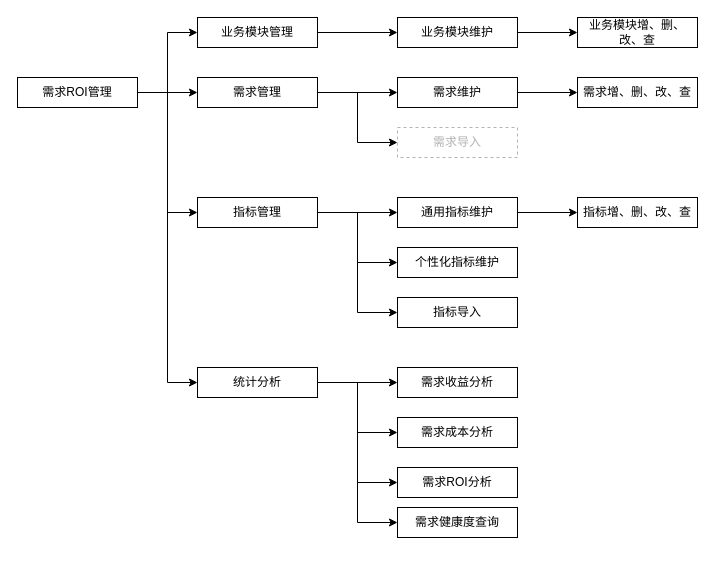
This is page "功能结构图" (3 of 3) of 需求ROI评估.drawio from lihongliang1989/diagram, a draw.io file, before an edit. Source tidied: cells renumbered, new cells numbered last; positions are measured from the earlier drawing's top-left corner, leaving out a move shared by most shapes. Both pictures are drawn from the tidied source at 100%, with x=0, y=0 at pixel (17, 17).
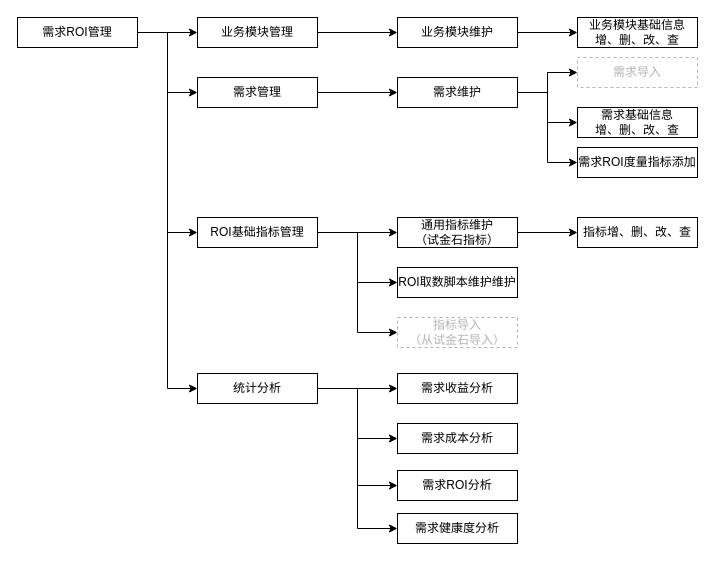
The same diagram, later.

The change refers to these unchanged cells:
```xml
<mxCell id="9" value="需求管理" style="rounded=0;whiteSpace=wrap;html=1;gradientColor=none;" parent="1" vertex="1">
  <mxGeometry x="180" y="60" width="120" height="30" as="geometry" />
</mxCell>
<mxCell id="15" value="需求维护" style="rounded=0;whiteSpace=wrap;html=1;gradientColor=none;" parent="1" vertex="1">
  <mxGeometry x="380" y="60" width="120" height="30" as="geometry" />
</mxCell>
```

Change to the diagram source:
```diff
@@
     <mxCell id="6" value="需求ROI管理" style="rounded=0;whiteSpace=wrap;html=1;gradientColor=none;" parent="1" vertex="1">
-      <mxGeometry y="60" width="120" height="30" as="geometry" />
+      <mxGeometry width="120" height="30" as="geometry" />
     </mxCell>
@@
-    <mxCell id="8" style="edgeStyle=orthogonalEdgeStyle;rounded=0;jettySize=auto;html=1;entryX=0;entryY=0.5;entryDx=0;entryDy=0;" parent="1" edge="1" source="9" target="16">
+    <mxCell id="8" style="edgeStyle=orthogonalEdgeStyle;rounded=0;jettySize=auto;html=1;entryX=0;entryY=0.5;entryDx=0;entryDy=0;exitX=1;exitY=0.5;exitDx=0;exitDy=0;" parent="1" edge="1" source="15" target="16">
       <mxGeometry relative="1" as="geometry" />
     </mxCell>
@@
-    <mxCell id="13" value="指标管理" style="rounded=0;whiteSpace=wrap;html=1;gradientColor=none;" parent="1" vertex="1">
-      <mxGeometry x="180" y="180" width="120" height="30" as="geometry" />
+    <mxCell id="13" value="ROI基础指标管理" style="rounded=0;whiteSpace=wrap;html=1;gradientColor=none;" parent="1" vertex="1">
+      <mxGeometry x="180" y="200" width="120" height="30" as="geometry" />
     </mxCell>
@@
+    <mxCell id="37" style="edgeStyle=orthogonalEdgeStyle;rounded=0;jettySize=auto;html=1;entryX=0;entryY=0.5;entryDx=0;entryDy=0;fontColor=#000000;" parent="1" edge="1" source="15" target="38">
+      <mxGeometry relative="1" as="geometry" />
+    </mxCell>
@@
     <mxCell id="16" value="需求导入" style="rounded=0;whiteSpace=wrap;html=1;gradientColor=none;dashed=1;fontColor=#B3B3B3;strokeColor=#B3B3B3;" parent="1" vertex="1">
-      <mxGeometry x="380" y="110" width="120" height="30" as="geometry" />
+      <mxGeometry x="560" y="40" width="120" height="30" as="geometry" />
     </mxCell>
     <mxCell id="17" value="指标增、删、改、查" style="rounded=0;whiteSpace=wrap;html=1;gradientColor=none;" parent="1" vertex="1">
-      <mxGeometry x="560" y="180" width="120" height="30" as="geometry" />
+      <mxGeometry x="560" y="200" width="120" height="30" as="geometry" />
     </mxCell>
-    <mxCell id="18" value="指标导入" style="rounded=0;whiteSpace=wrap;html=1;gradientColor=none;" parent="1" vertex="1">
-      <mxGeometry x="380" y="280" width="120" height="30" as="geometry" />
+    <mxCell id="18" value="指标导入&lt;br&gt;（从试金石导入）" style="rounded=0;whiteSpace=wrap;html=1;gradientColor=none;dashed=1;strokeColor=#B3B3B3;fontColor=#B3B3B3;" parent="1" vertex="1">
+      <mxGeometry x="380" y="300" width="120" height="30" as="geometry" />
     </mxCell>
@@
     <mxCell id="23" value="统计分析" style="rounded=0;whiteSpace=wrap;html=1;gradientColor=none;" parent="1" vertex="1">
-      <mxGeometry x="180" y="350" width="120" height="30" as="geometry" />
+      <mxGeometry x="180" y="356" width="120" height="30" as="geometry" />
     </mxCell>
@@
-    <mxCell id="25" value="通用指标维护" style="rounded=0;whiteSpace=wrap;html=1;gradientColor=none;" parent="1" vertex="1">
-      <mxGeometry x="380" y="180" width="120" height="30" as="geometry" />
+    <mxCell id="25" value="通用指标维护&lt;br&gt;（试金石指标）" style="rounded=0;whiteSpace=wrap;html=1;gradientColor=none;" parent="1" vertex="1">
+      <mxGeometry x="380" y="200" width="120" height="30" as="geometry" />
     </mxCell>
-    <mxCell id="26" value="个性化指标维护" style="rounded=0;whiteSpace=wrap;html=1;gradientColor=none;" parent="1" vertex="1">
-      <mxGeometry x="380" y="230" width="120" height="30" as="geometry" />
+    <mxCell id="26" value="ROI取数脚本维护维护" style="rounded=0;whiteSpace=wrap;html=1;gradientColor=none;" parent="1" vertex="1">
+      <mxGeometry x="380" y="250" width="120" height="30" as="geometry" />
     </mxCell>
     <mxCell id="27" value="需求收益分析" style="rounded=0;whiteSpace=wrap;html=1;gradientColor=none;" parent="1" vertex="1">
-      <mxGeometry x="380" y="350" width="120" height="30" as="geometry" />
+      <mxGeometry x="380" y="356" width="120" height="30" as="geometry" />
     </mxCell>
-    <mxCell id="28" value="需求健康度查询" style="rounded=0;whiteSpace=wrap;html=1;gradientColor=none;" parent="1" vertex="1">
-      <mxGeometry x="380" y="490" width="120" height="30" as="geometry" />
+    <mxCell id="28" value="需求健康度分析" style="rounded=0;whiteSpace=wrap;html=1;gradientColor=none;" parent="1" vertex="1">
+      <mxGeometry x="380" y="496" width="120" height="30" as="geometry" />
     </mxCell>
-    <mxCell id="29" value="需求增、删、改、查" style="rounded=0;whiteSpace=wrap;html=1;gradientColor=none;" parent="1" vertex="1">
-      <mxGeometry x="560" y="60" width="120" height="30" as="geometry" />
+    <mxCell id="29" value="需求基础信息&lt;br&gt;增、删、改、查" style="rounded=0;whiteSpace=wrap;html=1;gradientColor=none;" parent="1" vertex="1">
+      <mxGeometry x="560" y="90" width="120" height="30" as="geometry" />
     </mxCell>
     <mxCell id="30" value="需求成本分析" style="rounded=0;whiteSpace=wrap;html=1;gradientColor=none;" parent="1" vertex="1">
-      <mxGeometry x="380" y="400" width="120" height="30" as="geometry" />
+      <mxGeometry x="380" y="406" width="120" height="30" as="geometry" />
     </mxCell>
     <mxCell id="31" value="需求ROI分析" style="rounded=0;whiteSpace=wrap;html=1;gradientColor=none;" parent="1" vertex="1">
-      <mxGeometry x="380" y="450" width="120" height="30" as="geometry" />
+      <mxGeometry x="380" y="453" width="120" height="30" as="geometry" />
     </mxCell>
@@
-    <mxCell id="36" value="业务模块增、删、改、查" style="rounded=0;whiteSpace=wrap;html=1;gradientColor=none;" parent="1" vertex="1">
+    <mxCell id="36" value="业务模块基础信息&lt;br&gt;增、删、改、查" style="rounded=0;whiteSpace=wrap;html=1;gradientColor=none;" parent="1" vertex="1">
       <mxGeometry x="560" width="120" height="30" as="geometry" />
     </mxCell>
+    <mxCell id="38" value="需求ROI度量指标添加" style="rounded=0;whiteSpace=wrap;html=1;gradientColor=none;" parent="1" vertex="1">
+      <mxGeometry x="560" y="130" width="120" height="30" as="geometry" />
+    </mxCell>
```
